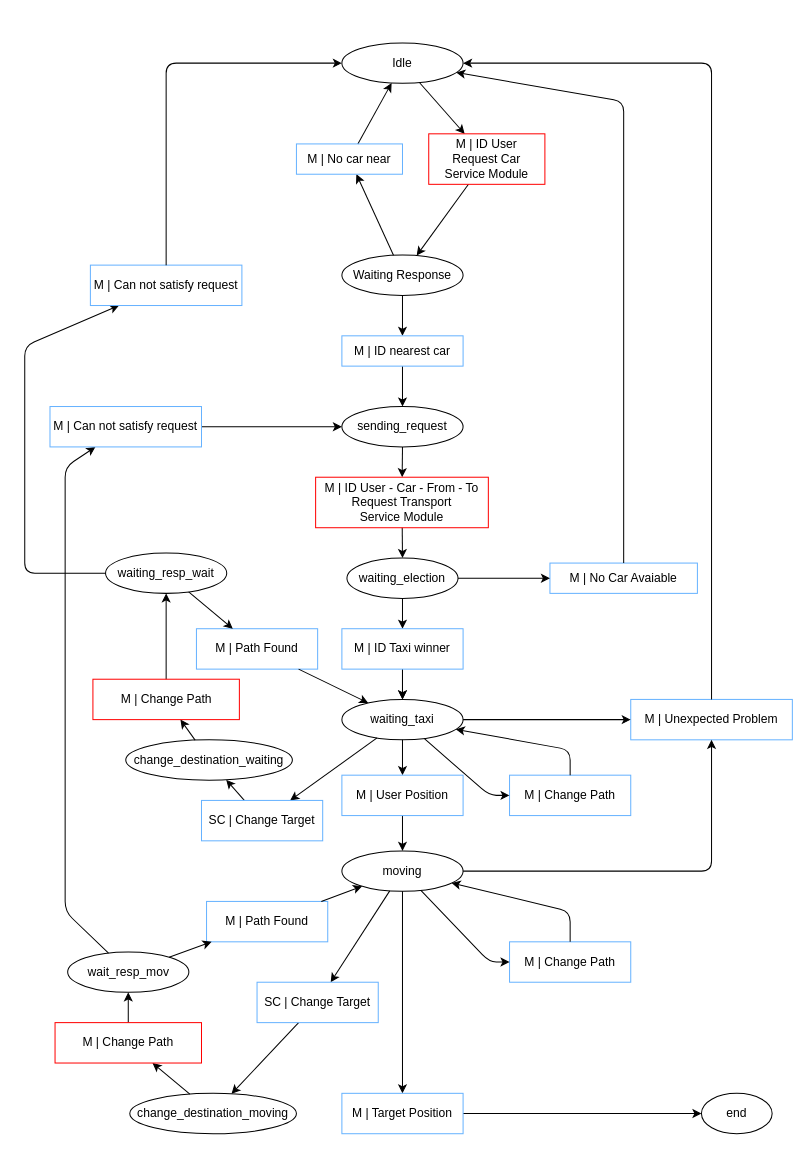
Before: relazione/automa utente.drawio in kraots94/Sistemi, a draw.io diagram. Source tidied: cells renumbered, new cells numbered last; positions are measured from the earlier drawing's top-left corner, leaving out a move shared by most shapes. Both pictures are drawn from the tidied source at 101%, with x=0, y=0 at pixel (24, 42).
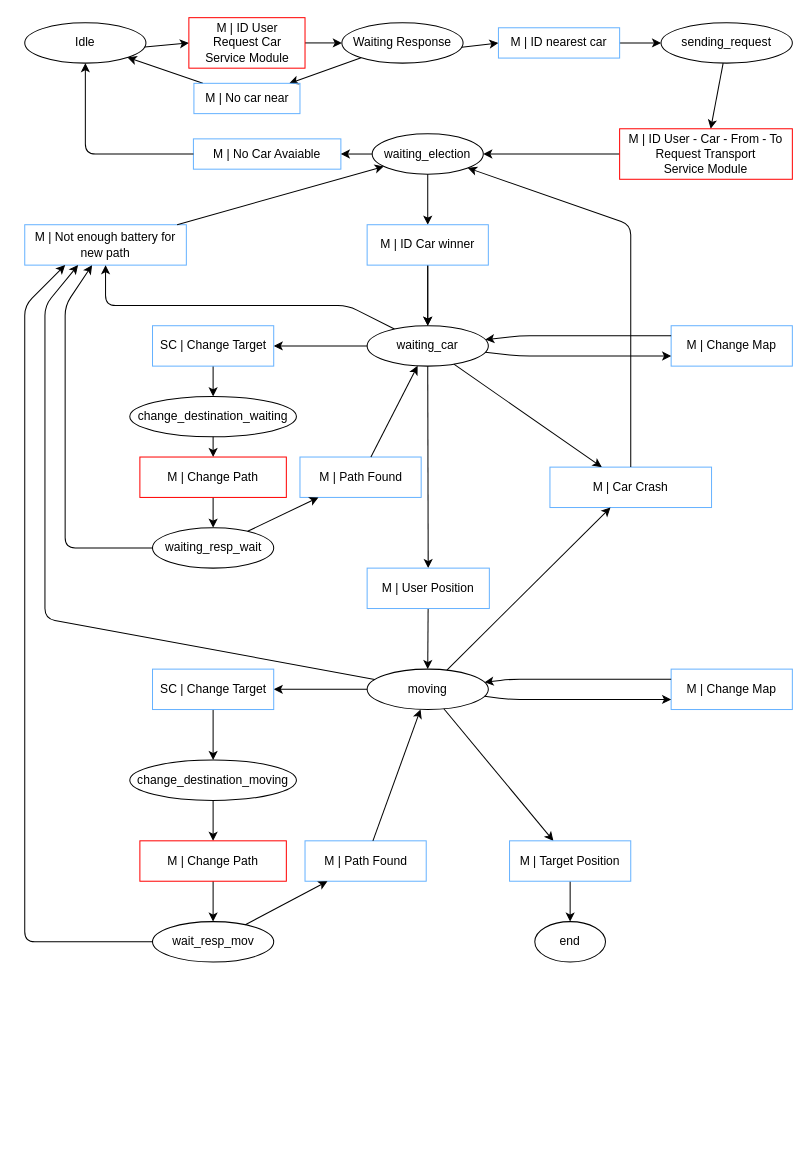
The same page after the edit.

Commit message (it also covers changes not shown here):
Relazione | Update Automas

The edit, as a diff of the source:
```diff
@@
     <mxCell id="2" value="Idle" style="ellipse;whiteSpace=wrap;html=1;" parent="1" vertex="1">
-      <mxGeometry x="314" width="120" height="40" as="geometry" />
+      <mxGeometry y="-20" width="120" height="40" as="geometry" />
     </mxCell>
     <mxCell id="3" value="Waiting Response" style="ellipse;whiteSpace=wrap;html=1;" parent="1" vertex="1">
-      <mxGeometry x="314" y="210" width="120" height="40" as="geometry" />
+      <mxGeometry x="314" y="-20" width="120" height="40" as="geometry" />
     </mxCell>
@@
     <mxCell id="8" value="sending_request" style="ellipse;whiteSpace=wrap;html=1;" parent="1" vertex="1">
-      <mxGeometry x="314" y="360" width="120" height="40" as="geometry" />
+      <mxGeometry x="630" y="-20" width="130" height="40" as="geometry" />
     </mxCell>
@@
     <mxCell id="12" value="waiting_election" style="ellipse;whiteSpace=wrap;html=1;" parent="1" vertex="1">
-      <mxGeometry x="319" y="510" width="110" height="40" as="geometry" />
+      <mxGeometry x="344" y="90" width="110" height="40" as="geometry" />
     </mxCell>
-    <mxCell id="13" value="waiting_taxi" style="ellipse;whiteSpace=wrap;html=1;" parent="1" vertex="1">
-      <mxGeometry x="314" y="650" width="120" height="40" as="geometry" />
+    <mxCell id="13" value="waiting_car" style="ellipse;whiteSpace=wrap;html=1;" parent="1" vertex="1">
+      <mxGeometry x="339" y="280" width="120" height="40" as="geometry" />
     </mxCell>
@@
     <mxCell id="17" value="M | ID User&lt;br&gt;Request Car&lt;br&gt;Service Module" style="rounded=0;whiteSpace=wrap;html=1;fillColor=none;strokeColor=#FF0000;" parent="1" vertex="1">
-      <mxGeometry x="400" y="90" width="115" height="50" as="geometry" />
+      <mxGeometry x="162.5" y="-25" width="115" height="50" as="geometry" />
     </mxCell>
     <mxCell id="18" value="M | ID User - Car - From - To&lt;br&gt;Request Transport&lt;br&gt;Service Module" style="rounded=0;whiteSpace=wrap;html=1;fillColor=none;strokeColor=#FF0000;" parent="1" vertex="1">
-      <mxGeometry x="288" y="430" width="171" height="50" as="geometry" />
+      <mxGeometry x="589" y="85" width="171" height="50" as="geometry" />
     </mxCell>
     <mxCell id="19" value="moving" style="ellipse;whiteSpace=wrap;html=1;strokeColor=#000000;fillColor=#ffffff;" parent="1" vertex="1">
-      <mxGeometry x="314" y="800" width="120" height="40" as="geometry" />
+      <mxGeometry x="339" y="620" width="120" height="40" as="geometry" />
     </mxCell>
@@
     <mxCell id="22" value="end" style="ellipse;whiteSpace=wrap;html=1;strokeColor=#000000;fillColor=#ffffff;" parent="1" vertex="1">
-      <mxGeometry x="670" y="1040" width="70" height="40" as="geometry" />
+      <mxGeometry x="505" y="870" width="70" height="40" as="geometry" />
     </mxCell>
@@
     <mxCell id="26" value="change_destination_waiting" style="ellipse;whiteSpace=wrap;html=1;strokeColor=#000000;fillColor=#ffffff;" parent="1" vertex="1">
-      <mxGeometry x="100" y="690" width="165" height="40" as="geometry" />
+      <mxGeometry x="104" y="350" width="165" height="40" as="geometry" />
     </mxCell>
@@
     <mxCell id="30" value="M | Target Position" style="rounded=0;whiteSpace=wrap;html=1;strokeColor=#66B2FF;fillColor=none;" parent="1" vertex="1">
-      <mxGeometry x="314" y="1040" width="120" height="40" as="geometry" />
+      <mxGeometry x="480" y="790" width="120" height="40" as="geometry" />
     </mxCell>
     <mxCell id="31" value="SC | Change Target" style="rounded=0;whiteSpace=wrap;html=1;strokeColor=#66B2FF;fillColor=none;" parent="1" vertex="1">
-      <mxGeometry x="175" y="750" width="120" height="40" as="geometry" />
+      <mxGeometry x="126.5" y="280" width="120" height="40" as="geometry" />
     </mxCell>
     <mxCell id="32" value="M | User Position" style="rounded=0;whiteSpace=wrap;html=1;strokeColor=#66B2FF;fillColor=none;" parent="1" vertex="1">
-      <mxGeometry x="314" y="725" width="120" height="40" as="geometry" />
+      <mxGeometry x="339" y="520" width="121" height="40" as="geometry" />
     </mxCell>
     <mxCell id="33" value="M | ID nearest car" style="rounded=0;whiteSpace=wrap;html=1;strokeColor=#66B2FF;fillColor=none;" parent="1" vertex="1">
-      <mxGeometry x="314" y="290" width="120" height="30" as="geometry" />
+      <mxGeometry x="469" y="-15" width="120" height="30" as="geometry" />
     </mxCell>
     <mxCell id="34" value="M | No car near" style="rounded=0;whiteSpace=wrap;html=1;strokeColor=#66B2FF;fillColor=none;" parent="1" vertex="1">
-      <mxGeometry x="269" y="100" width="105" height="30" as="geometry" />
+      <mxGeometry x="167.5" y="40" width="105" height="30" as="geometry" />
     </mxCell>
     <mxCell id="35" value="M | No Car Avaiable" style="rounded=0;whiteSpace=wrap;html=1;strokeColor=#66B2FF;fillColor=none;" parent="1" vertex="1">
-      <mxGeometry x="520" y="515" width="146" height="30" as="geometry" />
+      <mxGeometry x="167" y="95" width="146" height="30" as="geometry" />
     </mxCell>
     <mxCell id="36" value="change_destination_moving" style="ellipse;whiteSpace=wrap;html=1;strokeColor=#000000;fillColor=#ffffff;" parent="1" vertex="1">
-      <mxGeometry x="104" y="1040" width="165" height="40" as="geometry" />
+      <mxGeometry x="104" y="710" width="165" height="40" as="geometry" />
     </mxCell>
@@
     <mxCell id="41" value="waiting_resp_wait" style="ellipse;whiteSpace=wrap;html=1;strokeColor=#000000;" parent="1" vertex="1">
-      <mxGeometry x="80" y="505" width="120" height="40" as="geometry" />
+      <mxGeometry x="126.5" y="480" width="120" height="40" as="geometry" />
     </mxCell>
@@
-    <mxCell id="43" style="endArrow=classic;html=1;" parent="1" edge="1" source="41" target="65">
-      <mxGeometry relative="1" as="geometry">
-        <Array as="points">
-          <mxPoint y="525" />
-          <mxPoint y="300" />
-        </Array>
-      </mxGeometry>
-    </mxCell>
     <mxCell id="44" value="wait_resp_mov" style="ellipse;whiteSpace=wrap;html=1;strokeColor=#000000;fillColor=none;" parent="1" vertex="1">
-      <mxGeometry x="42.5" y="900" width="120" height="40" as="geometry" />
+      <mxGeometry x="126.5" y="870" width="120" height="40" as="geometry" />
     </mxCell>
-    <mxCell id="45" style="endArrow=classic;html=1;" parent="1" edge="1" source="68" target="8">
-      <mxGeometry relative="1" as="geometry" />
-    </mxCell>
     <mxCell id="46" value="M | Change Path" style="rounded=0;whiteSpace=wrap;html=1;fillColor=none;strokeColor=#FF0000;" parent="1" vertex="1">
-      <mxGeometry x="67.5" y="630" width="145" height="40" as="geometry" />
+      <mxGeometry x="114" y="410" width="145" height="40" as="geometry" />
     </mxCell>
     <mxCell id="47" value="M | Path Found" style="rounded=0;whiteSpace=wrap;html=1;strokeColor=#66B2FF;fillColor=none;" parent="1" vertex="1">
-      <mxGeometry x="170" y="580" width="120" height="40" as="geometry" />
+      <mxGeometry x="272.5" y="410" width="120" height="40" as="geometry" />
     </mxCell>
-    <mxCell id="48" value="M | Unexpected Problem" style="rounded=0;whiteSpace=wrap;html=1;strokeColor=#66B2FF;fillColor=none;" parent="1" vertex="1">
-      <mxGeometry x="600" y="650" width="160" height="40" as="geometry" />
+    <mxCell id="48" value="M | Not enough battery for new path" style="rounded=0;whiteSpace=wrap;html=1;strokeColor=#66B2FF;fillColor=none;" parent="1" vertex="1">
+      <mxGeometry y="180" width="160" height="40" as="geometry" />
     </mxCell>
@@
-    <mxCell id="50" style="endArrow=classic;html=1;" parent="1" edge="1" source="35" target="2">
-      <mxGeometry relative="1" as="geometry">
-        <Array as="points">
-          <mxPoint x="593" y="58" />
-        </Array>
-      </mxGeometry>
-    </mxCell>
-    <mxCell id="51" value="M | ID Taxi winner" style="rounded=0;whiteSpace=wrap;html=1;strokeColor=#66B2FF;fillColor=none;" parent="1" vertex="1">
-      <mxGeometry x="314" y="580" width="120" height="40" as="geometry" />
+    <mxCell id="51" value="M | ID Car winner" style="rounded=0;whiteSpace=wrap;html=1;strokeColor=#66B2FF;fillColor=none;" parent="1" vertex="1">
+      <mxGeometry x="339" y="180" width="120" height="40" as="geometry" />
     </mxCell>
@@
-    <mxCell id="53" style="endArrow=classic;html=1;" parent="1" edge="1" source="19" target="48">
-      <mxGeometry relative="1" as="geometry">
-        <Array as="points">
-          <mxPoint x="680" y="820" />
-        </Array>
-      </mxGeometry>
-    </mxCell>
     <mxCell id="54" style="endArrow=classic;html=1;" parent="1" edge="1" source="13" target="48">
-      <mxGeometry relative="1" as="geometry" />
+      <mxGeometry relative="1" as="geometry">
+        <Array as="points">
+          <mxPoint x="320" y="260" />
+          <mxPoint x="80" y="260" />
+        </Array>
+      </mxGeometry>
     </mxCell>
-    <mxCell id="55" style="endArrow=classic;html=1;" parent="1" edge="1" source="48" target="2">
-      <mxGeometry relative="1" as="geometry">
-        <Array as="points">
-          <mxPoint x="680" y="20" />
-        </Array>
-      </mxGeometry>
-    </mxCell>
@@
     <mxCell id="57" value="M | Change Path" style="rounded=0;whiteSpace=wrap;html=1;fillColor=none;strokeColor=#FF0000;" parent="1" vertex="1">
-      <mxGeometry x="30" y="970" width="145" height="40" as="geometry" />
+      <mxGeometry x="114" y="790" width="145" height="40" as="geometry" />
     </mxCell>
     <mxCell id="58" value="SC | Change Target" style="rounded=0;whiteSpace=wrap;html=1;strokeColor=#66B2FF;fillColor=none;" parent="1" vertex="1">
-      <mxGeometry x="230" y="930" width="120" height="40" as="geometry" />
+      <mxGeometry x="126.5" y="620" width="120" height="40" as="geometry" />
     </mxCell>
-    <mxCell id="59" value="M | Change Path" style="rounded=0;whiteSpace=wrap;html=1;strokeColor=#66B2FF;fillColor=none;" parent="1" vertex="1">
-      <mxGeometry x="480" y="890" width="120" height="40" as="geometry" />
+    <mxCell id="59" value="M | Change Map" style="rounded=0;whiteSpace=wrap;html=1;strokeColor=#66B2FF;fillColor=none;" parent="1" vertex="1">
+      <mxGeometry x="640" y="620" width="120" height="40" as="geometry" />
     </mxCell>
-    <mxCell id="60" value="M | Change Path" style="rounded=0;whiteSpace=wrap;html=1;strokeColor=#66B2FF;fillColor=none;" parent="1" vertex="1">
-      <mxGeometry x="480" y="725" width="120" height="40" as="geometry" />
+    <mxCell id="60" value="M | Change Map" style="rounded=0;whiteSpace=wrap;html=1;strokeColor=#66B2FF;fillColor=none;" parent="1" vertex="1">
+      <mxGeometry x="640" y="280" width="120" height="40" as="geometry" />
     </mxCell>
+    <mxCell id="69" value="M | Path Found" style="rounded=0;whiteSpace=wrap;html=1;strokeColor=#66B2FF;fillColor=none;" parent="1" vertex="1">
+      <mxGeometry x="277.5" y="790" width="120" height="40" as="geometry" />
+    </mxCell>
+    <mxCell id="70" style="endArrow=classic;html=1;" parent="1" edge="1" source="44" target="69">
+      <mxGeometry relative="1" as="geometry" />
+    </mxCell>
+    <mxCell id="71" style="endArrow=classic;html=1;" parent="1" edge="1" source="69" target="19">
+      <mxGeometry relative="1" as="geometry" />
+    </mxCell>
+    <mxCell id="72" style="endArrow=classic;html=1;" parent="1" edge="1" source="48" target="12">
+      <mxGeometry relative="1" as="geometry" />
+    </mxCell>
+    <mxCell id="73" value="M | Car Crash" style="rounded=0;whiteSpace=wrap;html=1;strokeColor=#66B2FF;fillColor=none;" parent="1" vertex="1">
+      <mxGeometry x="520" y="420" width="160" height="40" as="geometry" />
+    </mxCell>
+    <mxCell id="74" style="endArrow=classic;html=1;" parent="1" edge="1" source="73" target="12">
+      <mxGeometry relative="1" as="geometry">
+        <Array as="points">
+          <mxPoint x="600" y="370" />
+          <mxPoint x="600" y="180" />
+        </Array>
+      </mxGeometry>
+    </mxCell>
+    <mxCell id="53" style="endArrow=classic;html=1;entryX=0.33;entryY=1;entryDx=0;entryDy=0;entryPerimeter=0;" parent="1" edge="1" source="19" target="48">
+      <mxGeometry relative="1" as="geometry">
+        <Array as="points">
+          <mxPoint x="20" y="570" />
+          <mxPoint x="20" y="260" />
+        </Array>
+      </mxGeometry>
+    </mxCell>
+    <mxCell id="50" style="endArrow=classic;html=1;" parent="1" edge="1" source="35" target="2">
+      <mxGeometry relative="1" as="geometry">
+        <Array as="points">
+          <mxPoint x="60" y="110" />
+        </Array>
+      </mxGeometry>
+    </mxCell>
+    <mxCell id="75" style="endArrow=classic;html=1;entryX=0.25;entryY=1;entryDx=0;entryDy=0;" parent="1" edge="1" source="44" target="48">
+      <mxGeometry relative="1" as="geometry">
+        <Array as="points">
+          <mxPoint y="890" />
+          <mxPoint y="260" />
+        </Array>
+      </mxGeometry>
+    </mxCell>
+    <mxCell id="76" style="endArrow=classic;html=1;" parent="1" edge="1" source="41" target="48">
+      <mxGeometry relative="1" as="geometry">
+        <Array as="points">
+          <mxPoint x="40" y="500" />
+          <mxPoint x="40" y="260" />
+        </Array>
+      </mxGeometry>
+    </mxCell>
-    <mxCell id="61" style="endArrow=classic;html=1;" parent="1" edge="1" source="13" target="60">
+    <mxCell id="61" style="endArrow=classic;html=1;entryX=0;entryY=0.75;entryDx=0;entryDy=0;" parent="1" edge="1" source="13" target="60">
       <mxGeometry relative="1" as="geometry">
         <Array as="points">
-          <mxPoint x="460" y="745" />
+          <mxPoint x="490" y="310" />
         </Array>
       </mxGeometry>
     </mxCell>
+    <mxCell id="77" style="endArrow=classic;html=1;" parent="1" edge="1" source="19" target="73">
+      <mxGeometry relative="1" as="geometry" />
+    </mxCell>
+    <mxCell id="78" style="endArrow=classic;html=1;" parent="1" edge="1" source="13" target="73">
+      <mxGeometry relative="1" as="geometry" />
+    </mxCell>
-    <mxCell id="62" style="endArrow=classic;html=1;" parent="1" edge="1" source="60" target="13">
+    <mxCell id="62" style="endArrow=classic;html=1;exitX=0;exitY=0.25;exitDx=0;exitDy=0;" parent="1" edge="1" source="60" target="13">
       <mxGeometry relative="1" as="geometry">
         <Array as="points">
-          <mxPoint x="540" y="700" />
+          <mxPoint x="490" y="290" />
         </Array>
       </mxGeometry>
     </mxCell>
-    <mxCell id="63" style="endArrow=classic;html=1;" parent="1" edge="1" source="19" target="59">
+    <mxCell id="63" style="endArrow=classic;html=1;entryX=0;entryY=0.75;entryDx=0;entryDy=0;" parent="1" edge="1" source="19" target="59">
       <mxGeometry relative="1" as="geometry">
         <Array as="points">
-          <mxPoint x="460" y="910" />
+          <mxPoint x="480" y="650" />
         </Array>
       </mxGeometry>
     </mxCell>
-    <mxCell id="64" style="endArrow=classic;html=1;" parent="1" edge="1" source="59" target="19">
+    <mxCell id="64" style="endArrow=classic;html=1;exitX=0;exitY=0.25;exitDx=0;exitDy=0;" parent="1" edge="1" source="59" target="19">
       <mxGeometry relative="1" as="geometry">
         <Array as="points">
-          <mxPoint x="540" y="860" />
+          <mxPoint x="480" y="630" />
         </Array>
       </mxGeometry>
     </mxCell>
-    <mxCell id="65" value="M | Can not satisfy request" style="rounded=0;whiteSpace=wrap;html=1;strokeColor=#66B2FF;fillColor=none;" parent="1" vertex="1">
-      <mxGeometry x="65" y="220" width="150" height="40" as="geometry" />
-    </mxCell>
-    <mxCell id="66" style="endArrow=classic;html=1;" parent="1" edge="1" source="65" target="2">
-      <mxGeometry relative="1" as="geometry">
-        <Array as="points">
-          <mxPoint x="140" y="20" />
-        </Array>
-      </mxGeometry>
-    </mxCell>
-    <mxCell id="67" style="endArrow=classic;html=1;" parent="1" edge="1" source="44" target="68">
-      <mxGeometry relative="1" as="geometry">
-        <Array as="points">
-          <mxPoint x="40" y="860" />
-          <mxPoint x="40" y="420" />
-        </Array>
-      </mxGeometry>
-    </mxCell>
-    <mxCell id="68" value="M | Can not satisfy request" style="rounded=0;whiteSpace=wrap;html=1;strokeColor=#66B2FF;fillColor=none;" parent="1" vertex="1">
-      <mxGeometry x="25" y="360" width="150" height="40" as="geometry" />
-    </mxCell>
-    <mxCell id="69" value="M | Path Found" style="rounded=0;whiteSpace=wrap;html=1;strokeColor=#66B2FF;fillColor=none;" parent="1" vertex="1">
-      <mxGeometry x="180" y="850" width="120" height="40" as="geometry" />
-    </mxCell>
-    <mxCell id="70" style="endArrow=classic;html=1;" parent="1" edge="1" source="44" target="69">
-      <mxGeometry relative="1" as="geometry" />
-    </mxCell>
-    <mxCell id="71" style="endArrow=classic;html=1;" parent="1" edge="1" source="69" target="19">
-      <mxGeometry relative="1" as="geometry" />
-    </mxCell>
```
